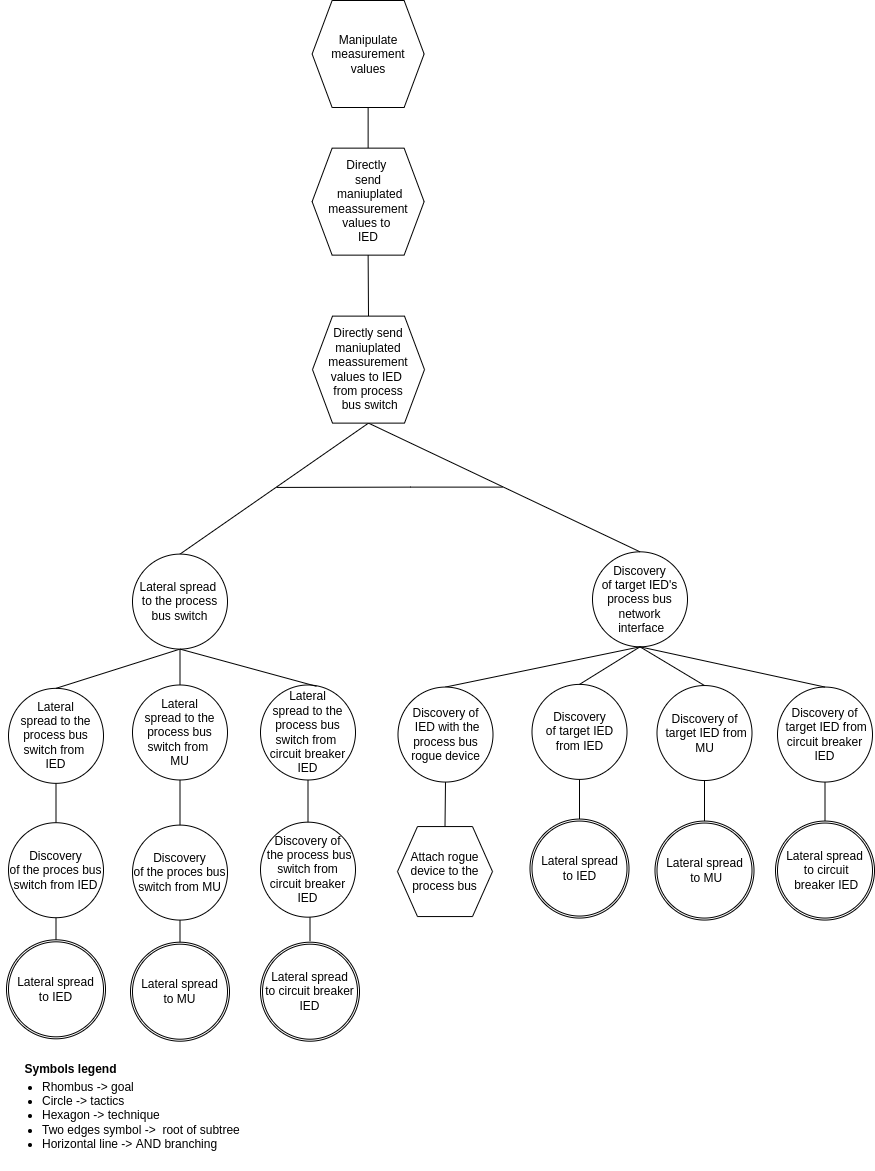
Above: drawIO_trees/solution_3_1_2.drawio.png in mihaelM/Attack_trees (draw.io), before the change. Source tidied: cells renumbered, new cells last; positions are measured from the earlier drawing's top-left corner, leaving out a move shared by most shapes. The source it was exported from:
```xml
<mxGraphModel>
  <root>
    <mxCell id="0" />
    <mxCell id="1" parent="0" />
    <mxCell id="2" value="&lt;font style=&quot;font-size: 12px&quot;&gt;Symbols legend&lt;/font&gt;" style="text;strokeColor=none;fillColor=none;html=1;fontSize=24;fontStyle=1;verticalAlign=middle;align=center;" parent="1" vertex="1">
      <mxGeometry x="20" y="1044.7" width="100" height="40" as="geometry" />
    </mxCell>
    <mxCell id="3" value="&lt;ul&gt;&lt;li&gt;&lt;span&gt;Rhombus -&amp;gt; goal&lt;/span&gt;&lt;/li&gt;&lt;li&gt;&lt;span&gt;Circle -&amp;gt; tactics&lt;/span&gt;&lt;br&gt;&lt;/li&gt;&lt;li&gt;Hexagon -&amp;gt; technique&lt;/li&gt;&lt;li&gt;Two edges symbol -&amp;gt;&amp;nbsp; root of subtree&lt;/li&gt;&lt;li&gt;Horizontal line -&amp;gt; AND branching&lt;/li&gt;&lt;/ul&gt;" style="text;strokeColor=none;fillColor=none;html=1;whiteSpace=wrap;verticalAlign=middle;overflow=hidden;fontSize=12;" parent="1" vertex="1">
      <mxGeometry y="1059.7" width="256" height="110" as="geometry" />
    </mxCell>
    <mxCell id="4" style="endArrow=none;html=1;rounded=0;exitX=0.5;exitY=0;exitDx=0;exitDy=0;entryX=0.5;entryY=1;entryDx=0;entryDy=0;" parent="1" edge="1" source="5" target="6">
      <mxGeometry relative="1" as="geometry" />
    </mxCell>
    <mxCell id="5" value="Directly &lt;br&gt;send&lt;br&gt;&amp;nbsp;maniuplated meassurement values to &lt;br&gt;IED" style="shape=hexagon;perimeter=hexagonPerimeter2;whiteSpace=wrap;html=1;fixedSize=1;" parent="1" vertex="1">
      <mxGeometry x="311.6" y="147.6" width="112" height="107" as="geometry" />
    </mxCell>
    <mxCell id="6" value="Manipulate measurement values" style="shape=hexagon;perimeter=hexagonPerimeter2;whiteSpace=wrap;html=1;fixedSize=1;" parent="1" vertex="1">
      <mxGeometry x="311.6" width="112" height="107" as="geometry" />
    </mxCell>
    <mxCell id="7" style="endArrow=none;html=1;rounded=0;exitX=0.5;exitY=1;exitDx=0;exitDy=0;" parent="1" edge="1" source="8">
      <mxGeometry relative="1" as="geometry">
        <mxPoint x="55.5" y="940.2" as="targetPoint" />
      </mxGeometry>
    </mxCell>
    <mxCell id="8" value="Discovery&lt;br&gt;of the proces bus switch from IED" style="ellipse;whiteSpace=wrap;html=1;" parent="1" vertex="1">
      <mxGeometry x="8" y="822.2" width="95" height="95" as="geometry" />
    </mxCell>
    <mxCell id="9" value="Lateral&lt;br&gt;&amp;nbsp;spread to the&amp;nbsp;&lt;br&gt;process bus switch from &lt;br&gt;IED" style="ellipse;whiteSpace=wrap;html=1;" parent="1" vertex="1">
      <mxGeometry x="8" y="687.8" width="95" height="95" as="geometry" />
    </mxCell>
    <mxCell id="10" style="endArrow=none;html=1;rounded=0;entryX=0.5;entryY=1;entryDx=0;entryDy=0;" parent="1" edge="1" source="8" target="9">
      <mxGeometry relative="1" as="geometry" />
    </mxCell>
    <mxCell id="11" style="endArrow=none;html=1;rounded=0;entryX=0.5;entryY=0;entryDx=0;entryDy=0;exitX=0.5;exitY=1;exitDx=0;exitDy=0;" parent="1" edge="1" source="5" target="33">
      <mxGeometry relative="1" as="geometry" />
    </mxCell>
    <mxCell id="12" style="endArrow=none;html=1;rounded=0;entryX=0.5;entryY=0;entryDx=0;entryDy=0;exitX=0.5;exitY=1;exitDx=0;exitDy=0;" parent="1" edge="1" source="17">
      <mxGeometry relative="1" as="geometry">
        <mxPoint x="579" y="819.9" as="targetPoint" />
      </mxGeometry>
    </mxCell>
    <mxCell id="13" value="Discovery&lt;br&gt;of target IED's process bus network&lt;br&gt;&amp;nbsp;interface" style="ellipse;whiteSpace=wrap;html=1;" parent="1" vertex="1">
      <mxGeometry x="592" y="551.3" width="95" height="95" as="geometry" />
    </mxCell>
    <mxCell id="14" style="endArrow=none;html=1;rounded=0;exitX=0.5;exitY=0;exitDx=0;exitDy=0;entryX=0.5;entryY=1;entryDx=0;entryDy=0;" parent="1" edge="1" source="13" target="33">
      <mxGeometry relative="1" as="geometry" />
    </mxCell>
    <mxCell id="15" style="endArrow=none;html=1;rounded=0;entryX=0.5;entryY=1;entryDx=0;entryDy=0;exitX=0.5;exitY=0;exitDx=0;exitDy=0;" parent="1" edge="1" source="9" target="32">
      <mxGeometry relative="1" as="geometry" />
    </mxCell>
    <mxCell id="16" style="endArrow=none;html=1;rounded=0;exitX=0.5;exitY=1;exitDx=0;exitDy=0;entryX=0.5;entryY=0;entryDx=0;entryDy=0;" parent="1" edge="1" source="33" target="32">
      <mxGeometry relative="1" as="geometry" />
    </mxCell>
    <mxCell id="17" value="Discovery&lt;br&gt;of target IED from IED" style="ellipse;whiteSpace=wrap;html=1;" parent="1" vertex="1">
      <mxGeometry x="531.5" y="683.9" width="95" height="95" as="geometry" />
    </mxCell>
    <mxCell id="18" style="endArrow=none;html=1;rounded=0;entryX=0.5;entryY=0;entryDx=0;entryDy=0;exitX=0.5;exitY=1;exitDx=0;exitDy=0;" parent="1" edge="1" source="13" target="17">
      <mxGeometry relative="1" as="geometry" />
    </mxCell>
    <mxCell id="19" value="Discovery of&lt;br&gt;&amp;nbsp;target IED from MU" style="ellipse;whiteSpace=wrap;html=1;" parent="1" vertex="1">
      <mxGeometry x="656.5" y="685" width="95" height="95" as="geometry" />
    </mxCell>
    <mxCell id="20" style="endArrow=none;html=1;rounded=0;entryX=0.5;entryY=1;entryDx=0;entryDy=0;" parent="1" edge="1" target="19">
      <mxGeometry relative="1" as="geometry">
        <mxPoint x="704" y="823" as="sourcePoint" />
      </mxGeometry>
    </mxCell>
    <mxCell id="21" style="endArrow=none;html=1;rounded=0;entryX=0.5;entryY=0;entryDx=0;entryDy=0;exitX=0.5;exitY=1;exitDx=0;exitDy=0;" parent="1" edge="1" source="13" target="19">
      <mxGeometry relative="1" as="geometry" />
    </mxCell>
    <mxCell id="22" style="endArrow=none;html=1;rounded=0;" parent="1" edge="1">
      <mxGeometry relative="1" as="geometry">
        <mxPoint x="276" y="486.9" as="sourcePoint" />
        <mxPoint x="502" y="486.6" as="targetPoint" />
        <Array as="points">
          <mxPoint x="410" y="486.6" />
        </Array>
      </mxGeometry>
    </mxCell>
    <mxCell id="23" style="endArrow=none;html=1;rounded=0;entryX=0.5;entryY=0;entryDx=0;entryDy=0;exitX=0.5;exitY=1;exitDx=0;exitDy=0;" parent="1" edge="1" source="13" target="26">
      <mxGeometry relative="1" as="geometry" />
    </mxCell>
    <mxCell id="24" value="Attach rogue device to the process bus" style="shape=hexagon;perimeter=hexagonPerimeter2;whiteSpace=wrap;html=1;fixedSize=1;" parent="1" vertex="1">
      <mxGeometry x="397" y="826.1" width="95" height="90" as="geometry" />
    </mxCell>
    <mxCell id="25" style="endArrow=none;html=1;rounded=0;entryX=0.5;entryY=0;entryDx=0;entryDy=0;exitX=0.5;exitY=1;exitDx=0;exitDy=0;" parent="1" edge="1" source="26" target="24">
      <mxGeometry relative="1" as="geometry" />
    </mxCell>
    <mxCell id="26" value="Discovery of&lt;br&gt;&amp;nbsp;IED with the process bus rogue device" style="ellipse;whiteSpace=wrap;html=1;" parent="1" vertex="1">
      <mxGeometry x="397.5" y="686.6" width="95" height="95" as="geometry" />
    </mxCell>
    <mxCell id="27" style="endArrow=none;html=1;rounded=0;exitX=0.5;exitY=1;exitDx=0;exitDy=0;" parent="1" edge="1" source="28">
      <mxGeometry relative="1" as="geometry">
        <mxPoint x="179.5" y="943.7" as="targetPoint" />
      </mxGeometry>
    </mxCell>
    <mxCell id="28" value="Discovery&lt;br&gt;of the proces bus switch from MU" style="ellipse;whiteSpace=wrap;html=1;" parent="1" vertex="1">
      <mxGeometry x="132" y="824.6" width="95" height="95" as="geometry" />
    </mxCell>
    <mxCell id="29" value="Lateral&lt;br&gt;&amp;nbsp;spread to the&amp;nbsp;&lt;br&gt;process bus switch from &lt;br&gt;MU" style="ellipse;whiteSpace=wrap;html=1;" parent="1" vertex="1">
      <mxGeometry x="132" y="684.5" width="95" height="95" as="geometry" />
    </mxCell>
    <mxCell id="30" style="endArrow=none;html=1;rounded=0;entryX=0.5;entryY=1;entryDx=0;entryDy=0;" parent="1" edge="1" source="28" target="29">
      <mxGeometry relative="1" as="geometry" />
    </mxCell>
    <mxCell id="31" style="endArrow=none;html=1;rounded=0;entryX=0.5;entryY=1;entryDx=0;entryDy=0;exitX=0.5;exitY=0;exitDx=0;exitDy=0;" parent="1" edge="1" source="29" target="32">
      <mxGeometry relative="1" as="geometry" />
    </mxCell>
    <mxCell id="32" value="Lateral spread &lt;br&gt;to the process bus switch" style="ellipse;whiteSpace=wrap;html=1;" parent="1" vertex="1">
      <mxGeometry x="132" y="553.6" width="95" height="95" as="geometry" />
    </mxCell>
    <mxCell id="33" value="Directly send maniuplated meassurement values&amp;nbsp;to IED &lt;br&gt;from process&lt;br&gt;&amp;nbsp;bus switch" style="shape=hexagon;perimeter=hexagonPerimeter2;whiteSpace=wrap;html=1;fixedSize=1;" parent="1" vertex="1">
      <mxGeometry x="312" y="315.6" width="112" height="107" as="geometry" />
    </mxCell>
    <mxCell id="34" value="Discovery of&lt;br&gt;&amp;nbsp;target IED from circuit breaker IED" style="ellipse;whiteSpace=wrap;html=1;" parent="1" vertex="1">
      <mxGeometry x="777" y="686.6" width="95" height="95" as="geometry" />
    </mxCell>
    <mxCell id="35" style="endArrow=none;html=1;rounded=0;entryX=0.5;entryY=1;entryDx=0;entryDy=0;" parent="1" edge="1" target="34">
      <mxGeometry relative="1" as="geometry">
        <mxPoint x="824.5" y="820.6" as="sourcePoint" />
      </mxGeometry>
    </mxCell>
    <mxCell id="36" style="endArrow=none;html=1;rounded=0;exitX=0.5;exitY=1;exitDx=0;exitDy=0;entryX=0.5;entryY=0;entryDx=0;entryDy=0;" parent="1" edge="1" source="13" target="34">
      <mxGeometry relative="1" as="geometry" />
    </mxCell>
    <mxCell id="37" value="Discovery of&lt;br&gt;&amp;nbsp;the process&amp;nbsp;bus switch from circuit breaker IED" style="ellipse;whiteSpace=wrap;html=1;" parent="1" vertex="1">
      <mxGeometry x="260" y="821.7" width="95" height="95" as="geometry" />
    </mxCell>
    <mxCell id="38" value="Lateral&lt;br&gt;&amp;nbsp;spread to the&amp;nbsp;&lt;br&gt;process bus switch from &lt;br&gt;circuit breaker IED" style="ellipse;whiteSpace=wrap;html=1;" parent="1" vertex="1">
      <mxGeometry x="260" y="684.5" width="95" height="95" as="geometry" />
    </mxCell>
    <mxCell id="39" style="endArrow=none;html=1;rounded=0;entryX=0.5;entryY=1;entryDx=0;entryDy=0;" parent="1" edge="1" source="37" target="38">
      <mxGeometry relative="1" as="geometry" />
    </mxCell>
    <mxCell id="40" style="endArrow=none;html=1;rounded=0;exitX=0.589;exitY=0.014;exitDx=0;exitDy=0;exitPerimeter=0;entryX=0.5;entryY=1;entryDx=0;entryDy=0;" parent="1" edge="1" source="38" target="32">
      <mxGeometry relative="1" as="geometry" />
    </mxCell>
    <mxCell id="41" style="ellipse;whiteSpace=wrap;html=1;" parent="1" vertex="1">
      <mxGeometry x="6" y="939.3" width="99" height="99" as="geometry" />
    </mxCell>
    <mxCell id="42" value="Lateral spread&lt;br&gt;to IED" style="ellipse;whiteSpace=wrap;html=1;" parent="1" vertex="1">
      <mxGeometry x="8" y="941.3" width="95" height="95" as="geometry" />
    </mxCell>
    <mxCell id="43" style="ellipse;whiteSpace=wrap;html=1;" parent="1" vertex="1">
      <mxGeometry x="130" y="941.7" width="99" height="99" as="geometry" />
    </mxCell>
    <mxCell id="44" value="Lateral spread&lt;br&gt;to MU" style="ellipse;whiteSpace=wrap;html=1;" parent="1" vertex="1">
      <mxGeometry x="132" y="943.7" width="95" height="95" as="geometry" />
    </mxCell>
    <mxCell id="45" style="endArrow=none;html=1;rounded=0;exitX=0.5;exitY=1;exitDx=0;exitDy=0;" parent="1" edge="1">
      <mxGeometry relative="1" as="geometry">
        <mxPoint x="309.5" y="916.7" as="sourcePoint" />
        <mxPoint x="309.5" y="940.8" as="targetPoint" />
      </mxGeometry>
    </mxCell>
    <mxCell id="46" style="ellipse;whiteSpace=wrap;html=1;" parent="1" vertex="1">
      <mxGeometry x="260" y="941.7" width="99" height="99" as="geometry" />
    </mxCell>
    <mxCell id="47" value="Lateral spread&lt;br&gt;to circuit breaker IED" style="ellipse;whiteSpace=wrap;html=1;" parent="1" vertex="1">
      <mxGeometry x="262" y="943.7" width="95" height="95" as="geometry" />
    </mxCell>
    <mxCell id="48" style="ellipse;whiteSpace=wrap;html=1;" parent="1" vertex="1">
      <mxGeometry x="529.5" y="818.6" width="99" height="99" as="geometry" />
    </mxCell>
    <mxCell id="49" value="Lateral spread&lt;br&gt;to IED" style="ellipse;whiteSpace=wrap;html=1;" parent="1" vertex="1">
      <mxGeometry x="531.5" y="820.6" width="95" height="95" as="geometry" />
    </mxCell>
    <mxCell id="50" style="ellipse;whiteSpace=wrap;html=1;" parent="1" vertex="1">
      <mxGeometry x="654.5" y="820.6" width="99" height="99" as="geometry" />
    </mxCell>
    <mxCell id="51" value="Lateral spread&lt;br&gt;&amp;nbsp;to MU" style="ellipse;whiteSpace=wrap;html=1;" parent="1" vertex="1">
      <mxGeometry x="656.5" y="822.6" width="95" height="95" as="geometry" />
    </mxCell>
    <mxCell id="52" style="ellipse;whiteSpace=wrap;html=1;" parent="1" vertex="1">
      <mxGeometry x="775" y="820.6" width="99" height="99" as="geometry" />
    </mxCell>
    <mxCell id="53" value="Lateral spread&lt;br&gt;&amp;nbsp;to circuit&lt;br&gt;&amp;nbsp;breaker IED" style="ellipse;whiteSpace=wrap;html=1;" parent="1" vertex="1">
      <mxGeometry x="777" y="822.6" width="95" height="95" as="geometry" />
    </mxCell>
  </root>
</mxGraphModel>
```
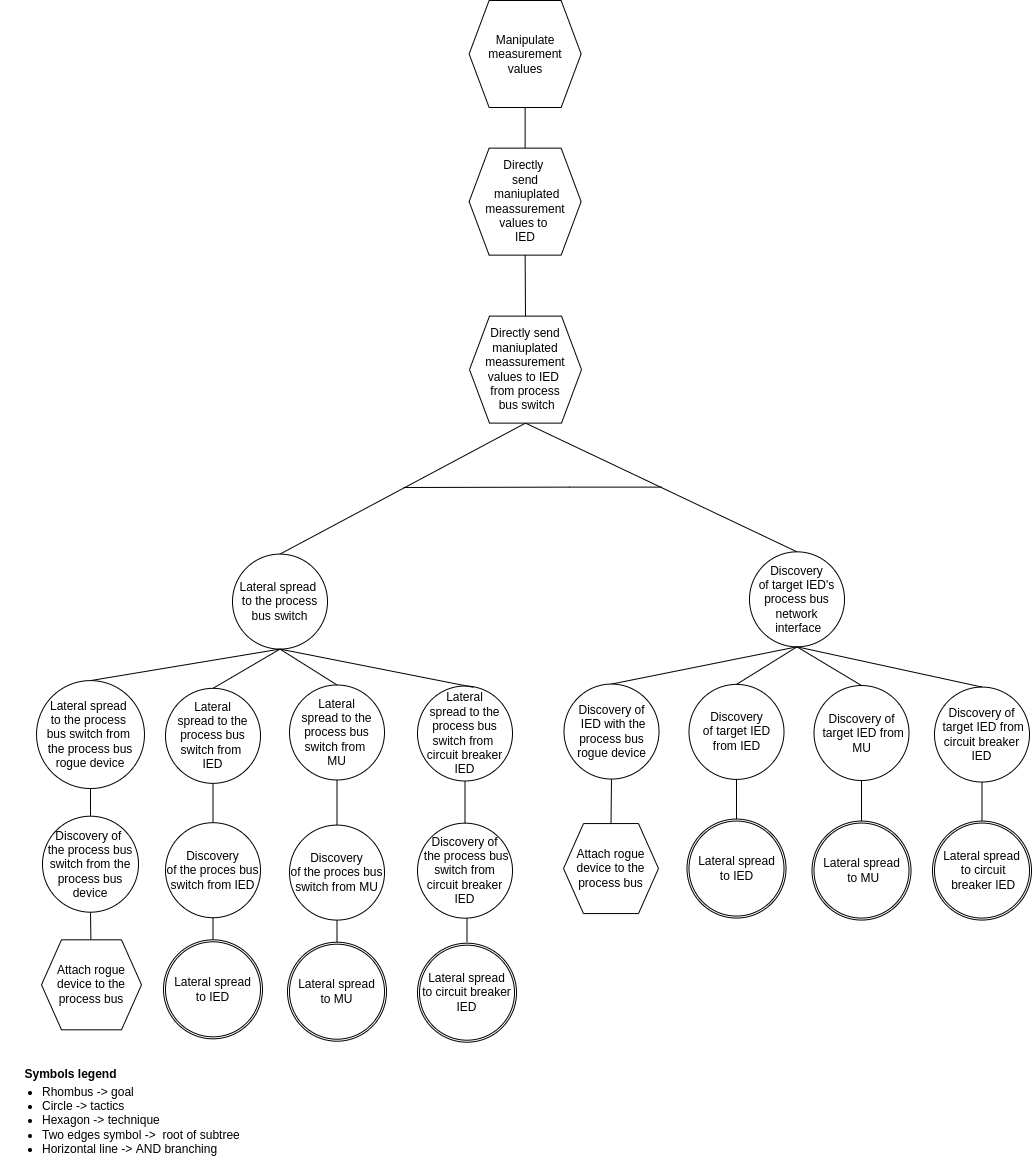
After the change.

Diff of the diagram source:
```diff
@@ -3,10 +3,10 @@
     <mxCell id="0" />
     <mxCell id="1" parent="0" />
     <mxCell id="2" value="&lt;font style=&quot;font-size: 12px&quot;&gt;Symbols legend&lt;/font&gt;" style="text;strokeColor=none;fillColor=none;html=1;fontSize=24;fontStyle=1;verticalAlign=middle;align=center;" parent="1" vertex="1">
-      <mxGeometry x="20" y="1044.7" width="100" height="40" as="geometry" />
+      <mxGeometry x="-137" y="1050" width="100" height="40" as="geometry" />
     </mxCell>
     <mxCell id="3" value="&lt;ul&gt;&lt;li&gt;&lt;span&gt;Rhombus -&amp;gt; goal&lt;/span&gt;&lt;/li&gt;&lt;li&gt;&lt;span&gt;Circle -&amp;gt; tactics&lt;/span&gt;&lt;br&gt;&lt;/li&gt;&lt;li&gt;Hexagon -&amp;gt; technique&lt;/li&gt;&lt;li&gt;Two edges symbol -&amp;gt;&amp;nbsp; root of subtree&lt;/li&gt;&lt;li&gt;Horizontal line -&amp;gt; AND branching&lt;/li&gt;&lt;/ul&gt;" style="text;strokeColor=none;fillColor=none;html=1;whiteSpace=wrap;verticalAlign=middle;overflow=hidden;fontSize=12;" parent="1" vertex="1">
-      <mxGeometry y="1059.7" width="256" height="110" as="geometry" />
+      <mxGeometry x="-157" y="1065" width="256" height="110" as="geometry" />
     </mxCell>
     <mxCell id="4" style="endArrow=none;html=1;rounded=0;exitX=0.5;exitY=0;exitDx=0;exitDy=0;entryX=0.5;entryY=1;entryDx=0;entryDy=0;" parent="1" edge="1" source="5" target="6">
       <mxGeometry relative="1" as="geometry" />
@@ -70,10 +70,10 @@
     </mxCell>
     <mxCell id="22" style="endArrow=none;html=1;rounded=0;" parent="1" edge="1">
       <mxGeometry relative="1" as="geometry">
-        <mxPoint x="276" y="486.9" as="sourcePoint" />
-        <mxPoint x="502" y="486.6" as="targetPoint" />
+        <mxPoint x="246" y="487" as="sourcePoint" />
+        <mxPoint x="504" y="486.6" as="targetPoint" />
         <Array as="points">
-          <mxPoint x="410" y="486.6" />
+          <mxPoint x="412" y="486.6" />
         </Array>
       </mxGeometry>
     </mxCell>
@@ -81,13 +81,13 @@
       <mxGeometry relative="1" as="geometry" />
     </mxCell>
     <mxCell id="24" value="Attach rogue device to the process bus" style="shape=hexagon;perimeter=hexagonPerimeter2;whiteSpace=wrap;html=1;fixedSize=1;" parent="1" vertex="1">
-      <mxGeometry x="397" y="826.1" width="95" height="90" as="geometry" />
+      <mxGeometry x="406" y="823.1" width="95" height="90" as="geometry" />
     </mxCell>
     <mxCell id="25" style="endArrow=none;html=1;rounded=0;entryX=0.5;entryY=0;entryDx=0;entryDy=0;exitX=0.5;exitY=1;exitDx=0;exitDy=0;" parent="1" edge="1" source="26" target="24">
       <mxGeometry relative="1" as="geometry" />
     </mxCell>
     <mxCell id="26" value="Discovery of&lt;br&gt;&amp;nbsp;IED with the process bus rogue device" style="ellipse;whiteSpace=wrap;html=1;" parent="1" vertex="1">
-      <mxGeometry x="397.5" y="686.6" width="95" height="95" as="geometry" />
+      <mxGeometry x="406.5" y="683.6" width="95" height="95" as="geometry" />
     </mxCell>
     <mxCell id="27" style="endArrow=none;html=1;rounded=0;exitX=0.5;exitY=1;exitDx=0;exitDy=0;" parent="1" edge="1" source="28">
       <mxGeometry relative="1" as="geometry">
@@ -107,7 +107,7 @@
       <mxGeometry relative="1" as="geometry" />
     </mxCell>
     <mxCell id="32" value="Lateral spread &lt;br&gt;to the process bus switch" style="ellipse;whiteSpace=wrap;html=1;" parent="1" vertex="1">
-      <mxGeometry x="132" y="553.6" width="95" height="95" as="geometry" />
+      <mxGeometry x="75" y="553.6" width="95" height="95" as="geometry" />
     </mxCell>
     <mxCell id="33" value="Directly send maniuplated meassurement values&amp;nbsp;to IED &lt;br&gt;from process&lt;br&gt;&amp;nbsp;bus switch" style="shape=hexagon;perimeter=hexagonPerimeter2;whiteSpace=wrap;html=1;fixedSize=1;" parent="1" vertex="1">
       <mxGeometry x="312" y="315.6" width="112" height="107" as="geometry" />
@@ -124,10 +124,10 @@
       <mxGeometry relative="1" as="geometry" />
     </mxCell>
     <mxCell id="37" value="Discovery of&lt;br&gt;&amp;nbsp;the process&amp;nbsp;bus switch from circuit breaker IED" style="ellipse;whiteSpace=wrap;html=1;" parent="1" vertex="1">
-      <mxGeometry x="260" y="821.7" width="95" height="95" as="geometry" />
+      <mxGeometry x="260" y="822.7" width="95" height="95" as="geometry" />
     </mxCell>
     <mxCell id="38" value="Lateral&lt;br&gt;&amp;nbsp;spread to the&amp;nbsp;&lt;br&gt;process bus switch from &lt;br&gt;circuit breaker IED" style="ellipse;whiteSpace=wrap;html=1;" parent="1" vertex="1">
-      <mxGeometry x="260" y="684.5" width="95" height="95" as="geometry" />
+      <mxGeometry x="260" y="685.5" width="95" height="95" as="geometry" />
     </mxCell>
     <mxCell id="39" style="endArrow=none;html=1;rounded=0;entryX=0.5;entryY=1;entryDx=0;entryDy=0;" parent="1" edge="1" source="37" target="38">
       <mxGeometry relative="1" as="geometry" />
@@ -149,15 +149,15 @@
     </mxCell>
     <mxCell id="45" style="endArrow=none;html=1;rounded=0;exitX=0.5;exitY=1;exitDx=0;exitDy=0;" parent="1" edge="1">
       <mxGeometry relative="1" as="geometry">
-        <mxPoint x="309.5" y="916.7" as="sourcePoint" />
-        <mxPoint x="309.5" y="940.8" as="targetPoint" />
+        <mxPoint x="309.5" y="917.7" as="sourcePoint" />
+        <mxPoint x="309.5" y="941.8" as="targetPoint" />
       </mxGeometry>
     </mxCell>
     <mxCell id="46" style="ellipse;whiteSpace=wrap;html=1;" parent="1" vertex="1">
-      <mxGeometry x="260" y="941.7" width="99" height="99" as="geometry" />
+      <mxGeometry x="260" y="942.7" width="99" height="99" as="geometry" />
     </mxCell>
     <mxCell id="47" value="Lateral spread&lt;br&gt;to circuit breaker IED" style="ellipse;whiteSpace=wrap;html=1;" parent="1" vertex="1">
-      <mxGeometry x="262" y="943.7" width="95" height="95" as="geometry" />
+      <mxGeometry x="262" y="944.7" width="95" height="95" as="geometry" />
     </mxCell>
     <mxCell id="48" style="ellipse;whiteSpace=wrap;html=1;" parent="1" vertex="1">
       <mxGeometry x="529.5" y="818.6" width="99" height="99" as="geometry" />
@@ -177,5 +177,23 @@
     <mxCell id="53" value="Lateral spread&lt;br&gt;&amp;nbsp;to circuit&lt;br&gt;&amp;nbsp;breaker IED" style="ellipse;whiteSpace=wrap;html=1;" parent="1" vertex="1">
       <mxGeometry x="777" y="822.6" width="95" height="95" as="geometry" />
     </mxCell>
+    <mxCell id="54" style="endArrow=none;html=1;rounded=0;entryX=0.5;entryY=0;entryDx=0;entryDy=0;exitX=0.5;exitY=1;exitDx=0;exitDy=0;" parent="1" edge="1" source="32" target="55">
+      <mxGeometry relative="1" as="geometry" />
+    </mxCell>
+    <mxCell id="55" value="Lateral spread &lt;br&gt;to the process &lt;br&gt;bus switch from &lt;br&gt;the process bus&lt;br&gt;rogue device" style="ellipse;whiteSpace=wrap;html=1;" parent="1" vertex="1">
+      <mxGeometry x="-121" y="680.1" width="107.9" height="107.9" as="geometry" />
+    </mxCell>
+    <mxCell id="56" value="Discovery of &lt;br&gt;the process bus switch from the process bus device" style="ellipse;whiteSpace=wrap;html=1;" parent="1" vertex="1">
+      <mxGeometry x="-115" y="815.7" width="96" height="96" as="geometry" />
+    </mxCell>
+    <mxCell id="57" value="Attach rogue device to the process bus" style="shape=hexagon;perimeter=hexagonPerimeter2;whiteSpace=wrap;html=1;fixedSize=1;" parent="1" vertex="1">
+      <mxGeometry x="-116" y="939.3" width="100" height="90" as="geometry" />
+    </mxCell>
+    <mxCell id="58" style="endArrow=none;html=1;rounded=0;entryX=0.5;entryY=1;entryDx=0;entryDy=0;" parent="1" edge="1" source="57" target="56">
+      <mxGeometry relative="1" as="geometry" />
+    </mxCell>
+    <mxCell id="59" style="endArrow=none;html=1;rounded=0;entryX=0.5;entryY=1;entryDx=0;entryDy=0;" parent="1" edge="1" source="56" target="55">
+      <mxGeometry relative="1" as="geometry" />
+    </mxCell>
   </root>
 </mxGraphModel>
```
